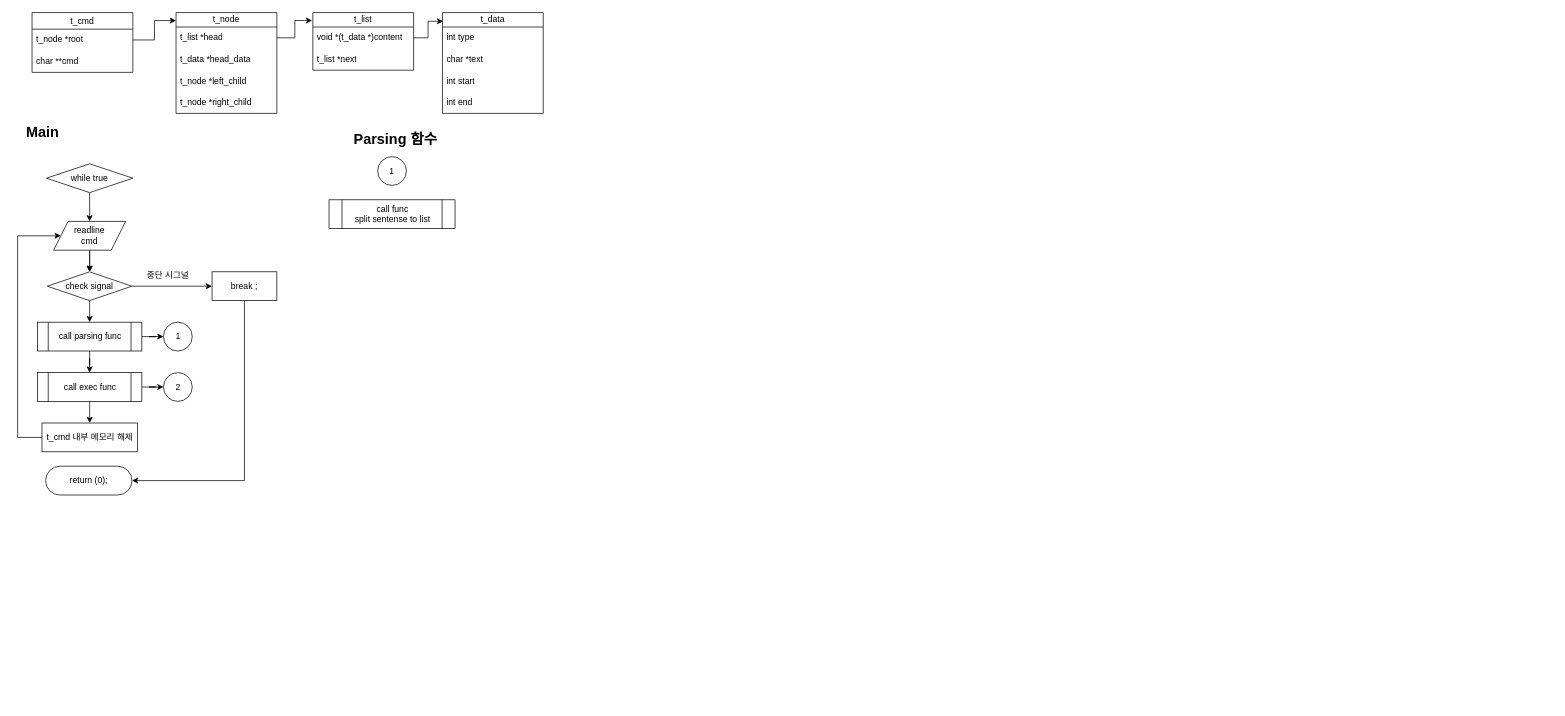
Before: page "parsing 흐름도" (2 of 3) of parsing_tree.drawio in blue-orion/minishell, a draw.io diagram. Source tidied: cells renumbered, new cells numbered last; positions are measured from the earlier drawing's top-left corner, leaving out a move shared by most shapes. Both pictures are drawn from the tidied source at 72%, with x=0, y=0 at pixel (17, 12).
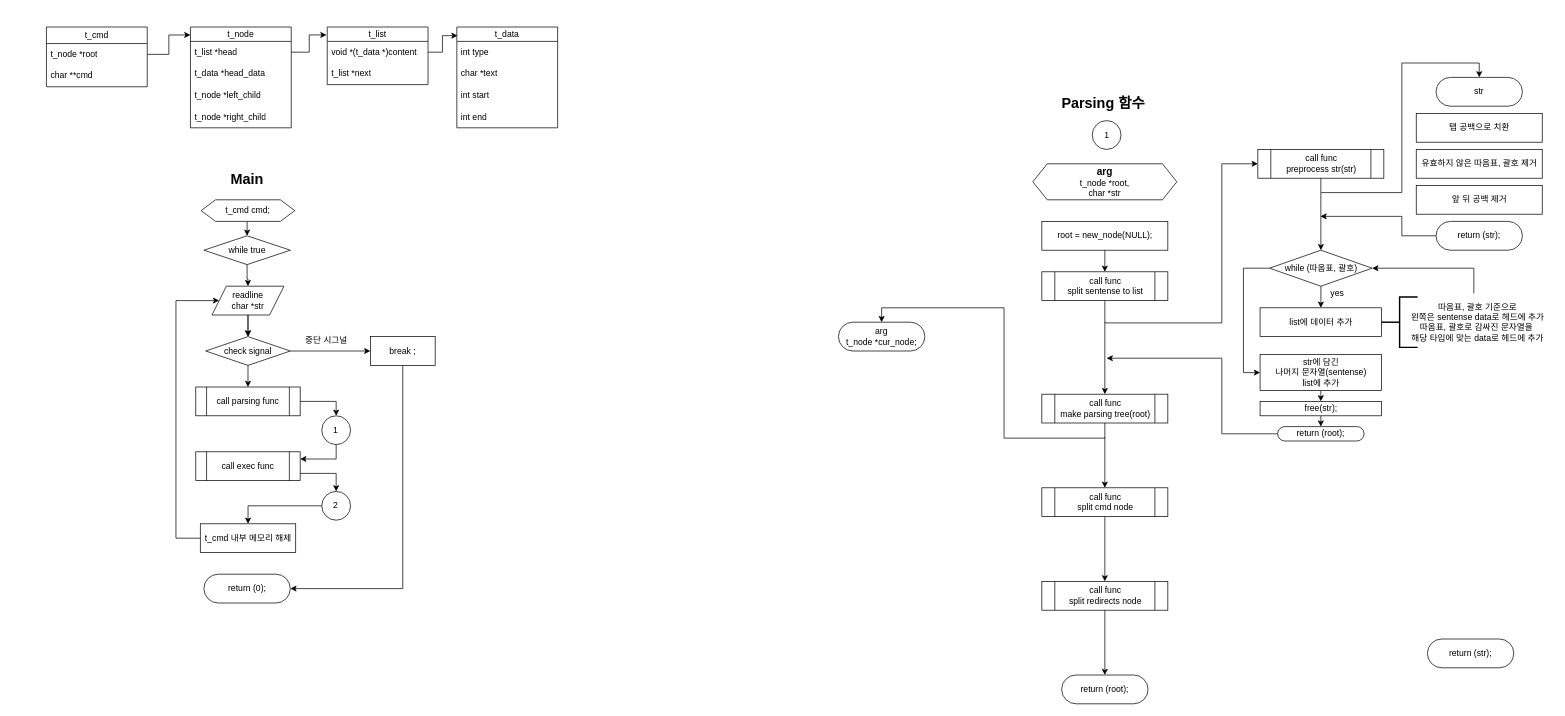
The same page after the edit.

Commit message:
parsing 흐름도 업데이트

Diff of the diagram source:
```diff
@@
-    <mxCell id="3" style="edgeStyle=orthogonalEdgeStyle;rounded=0;jettySize=auto;html=1;" parent="1" edge="1" source="5" target="33">
-      <mxGeometry relative="1" as="geometry" />
-    </mxCell>
-    <mxCell id="4" style="edgeStyle=orthogonalEdgeStyle;rounded=0;jettySize=auto;html=1;" parent="1" edge="1" source="5" target="6">
-      <mxGeometry relative="1" as="geometry" />
+    <mxCell id="4" style="edgeStyle=orthogonalEdgeStyle;rounded=0;jettySize=auto;html=1;entryX=0.5;entryY=0;entryDx=0;entryDy=0;exitX=1;exitY=0.5;exitDx=0;exitDy=0;" parent="1" edge="1" source="5" target="6">
+      <mxGeometry relative="1" as="geometry">
+        <Array as="points">
+          <mxPoint x="442.9" y="540" />
+        </Array>
+      </mxGeometry>
     </mxCell>
     <mxCell id="5" value="&lt;div&gt;call parsing func&lt;/div&gt;" style="shape=process;whiteSpace=wrap;html=1;backgroundOutline=1;" parent="1" vertex="1">
-      <mxGeometry x="27.5" y="430" width="145" height="40" as="geometry" />
+      <mxGeometry x="247.4" y="520" width="145" height="40" as="geometry" />
     </mxCell>
+    <mxCell id="47" style="edgeStyle=orthogonalEdgeStyle;rounded=0;jettySize=auto;html=1;entryX=1;entryY=0.25;entryDx=0;entryDy=0;" parent="1" edge="1" source="6" target="33">
+      <mxGeometry relative="1" as="geometry">
+        <Array as="points">
+          <mxPoint x="442.9" y="600" />
+        </Array>
+      </mxGeometry>
+    </mxCell>
     <mxCell id="6" value="1" style="ellipse;whiteSpace=wrap;html=1;" parent="1" vertex="1">
-      <mxGeometry x="202.5" y="430" width="40" height="40" as="geometry" />
+      <mxGeometry x="422.4" y="560" width="40" height="40" as="geometry" />
     </mxCell>
     <mxCell id="7" value="1" style="ellipse;whiteSpace=wrap;html=1;" parent="1" vertex="1">
-      <mxGeometry x="500" y="200" width="40" height="40" as="geometry" />
+      <mxGeometry x="1492.5" y="150" width="40" height="40" as="geometry" />
     </mxCell>
     <mxCell id="8" value="t_cmd" style="swimlane;fontStyle=0;horizontal=1;startSize=23;whiteSpace=wrap;html=1;" parent="1" vertex="1">
-      <mxGeometry x="20" width="140" height="83" as="geometry" />
+      <mxGeometry x="40" y="20" width="140" height="83" as="geometry" />
     </mxCell>
@@
     <mxCell id="11" value="t_node" style="swimlane;fontStyle=0;horizontal=1;startSize=20;whiteSpace=wrap;html=1;" parent="1" vertex="1">
-      <mxGeometry x="220" width="140" height="140" as="geometry" />
+      <mxGeometry x="240" y="20" width="140" height="140" as="geometry" />
     </mxCell>
@@
     <mxCell id="16" value="t_list" style="swimlane;fontStyle=0;horizontal=1;startSize=20;whiteSpace=wrap;html=1;" parent="1" vertex="1">
-      <mxGeometry x="410" width="140" height="80" as="geometry" />
+      <mxGeometry x="430" y="20" width="140" height="80" as="geometry" />
     </mxCell>
@@
     <mxCell id="19" value="t_data" style="swimlane;fontStyle=0;horizontal=1;startSize=20;whiteSpace=wrap;html=1;" parent="1" vertex="1">
-      <mxGeometry x="590" width="140" height="140" as="geometry" />
+      <mxGeometry x="610" y="20" width="140" height="140" as="geometry" />
     </mxCell>
@@
     <mxCell id="27" value="Main" style="text;html=1;align=center;verticalAlign=middle;whiteSpace=wrap;rounded=0;fontSize=20;fontStyle=1;" parent="1" vertex="1">
-      <mxGeometry x="10" y="150" width="50" height="30" as="geometry" />
+      <mxGeometry x="268.7" y="200" width="100" height="60" as="geometry" />
     </mxCell>
     <mxCell id="28" value="Parsing 함수" style="text;html=1;align=center;verticalAlign=middle;whiteSpace=wrap;rounded=0;fontSize=20;fontStyle=1;" parent="1" vertex="1">
-      <mxGeometry x="450" y="160" width="150" height="30" as="geometry" />
+      <mxGeometry x="1432.5" y="110" width="150" height="30" as="geometry" />
     </mxCell>
@@
     <mxCell id="30" value="while true" style="rhombus;whiteSpace=wrap;html=1;" parent="1" vertex="1">
-      <mxGeometry x="40" y="210" width="120" height="40" as="geometry" />
+      <mxGeometry x="258.7" y="310" width="120" height="40" as="geometry" />
     </mxCell>
-    <mxCell id="31" style="edgeStyle=orthogonalEdgeStyle;rounded=0;jettySize=auto;html=1;" parent="1" edge="1" source="33" target="41">
-      <mxGeometry relative="1" as="geometry" />
-    </mxCell>
-    <mxCell id="32" style="edgeStyle=orthogonalEdgeStyle;rounded=0;jettySize=auto;html=1;" parent="1" edge="1" source="33" target="34">
-      <mxGeometry relative="1" as="geometry" />
+    <mxCell id="32" style="edgeStyle=orthogonalEdgeStyle;rounded=0;jettySize=auto;html=1;entryX=0.5;entryY=0;entryDx=0;entryDy=0;exitX=1;exitY=0.75;exitDx=0;exitDy=0;" parent="1" edge="1" source="33" target="34">
+      <mxGeometry relative="1" as="geometry">
+        <Array as="points">
+          <mxPoint x="442.9" y="640" />
+        </Array>
+      </mxGeometry>
     </mxCell>
     <mxCell id="33" value="&lt;div&gt;call exec func&lt;/div&gt;" style="shape=process;whiteSpace=wrap;html=1;backgroundOutline=1;" parent="1" vertex="1">
-      <mxGeometry x="27.5" y="500" width="145" height="40" as="geometry" />
+      <mxGeometry x="247.4" y="610" width="145" height="40" as="geometry" />
     </mxCell>
+    <mxCell id="48" style="edgeStyle=orthogonalEdgeStyle;rounded=0;jettySize=auto;html=1;" parent="1" edge="1" source="34" target="41">
+      <mxGeometry relative="1" as="geometry" />
+    </mxCell>
     <mxCell id="34" value="2" style="ellipse;whiteSpace=wrap;html=1;" parent="1" vertex="1">
-      <mxGeometry x="202.5" y="500" width="40" height="40" as="geometry" />
+      <mxGeometry x="422.4" y="665" width="40" height="40" as="geometry" />
     </mxCell>
@@
     <mxCell id="36" style="edgeStyle=orthogonalEdgeStyle;rounded=0;jettySize=auto;html=1;entryX=0.5;entryY=0;entryDx=0;entryDy=0;" parent="1" edge="1" target="44">
       <mxGeometry relative="1" as="geometry">
-        <mxPoint x="100.1" y="330" as="sourcePoint" />
+        <mxPoint x="320" y="420" as="sourcePoint" />
       </mxGeometry>
     </mxCell>
     <mxCell id="37" style="edgeStyle=orthogonalEdgeStyle;rounded=0;jettySize=auto;html=1;entryX=1;entryY=0.5;entryDx=0;entryDy=0;" parent="1" edge="1" source="38" target="45">
       <mxGeometry relative="1" as="geometry">
         <Array as="points">
-          <mxPoint x="315" y="650" />
+          <mxPoint x="534.9" y="800" />
         </Array>
       </mxGeometry>
     </mxCell>
     <mxCell id="38" value="break ;" style="whiteSpace=wrap;html=1;" parent="1" vertex="1">
-      <mxGeometry x="270" y="360" width="90" height="40" as="geometry" />
+      <mxGeometry x="489.9" y="450" width="90" height="40" as="geometry" />
     </mxCell>
     <mxCell id="39" value="중단 시그널" style="text;html=1;align=center;verticalAlign=middle;whiteSpace=wrap;rounded=0;" parent="1" vertex="1">
-      <mxGeometry x="175" y="350" width="67.5" height="30" as="geometry" />
+      <mxGeometry x="394.9" y="440" width="67.5" height="30" as="geometry" />
     </mxCell>
     <mxCell id="40" style="edgeStyle=orthogonalEdgeStyle;rounded=0;jettySize=auto;html=1;entryX=0;entryY=0.5;entryDx=0;entryDy=0;" parent="1" edge="1" source="41" target="43">
       <mxGeometry relative="1" as="geometry">
         <Array as="points">
-          <mxPoint y="590" />
-          <mxPoint y="310" />
+          <mxPoint x="219.9" y="730" />
+          <mxPoint x="219.9" y="400" />
         </Array>
       </mxGeometry>
     </mxCell>
     <mxCell id="41" value="t_cmd 내부 메모리 해제" style="rounded=0;whiteSpace=wrap;html=1;" parent="1" vertex="1">
-      <mxGeometry x="33.8" y="570" width="132.5" height="40" as="geometry" />
+      <mxGeometry x="253.7" y="710" width="132.5" height="40" as="geometry" />
     </mxCell>
@@
-    <mxCell id="43" value="&lt;div&gt;readline&lt;/div&gt;&lt;div&gt;cmd&lt;/div&gt;" style="shape=parallelogram;perimeter=parallelogramPerimeter;whiteSpace=wrap;html=1;fixedSize=1;" parent="1" vertex="1">
-      <mxGeometry x="50" y="290" width="100" height="40" as="geometry" />
+    <mxCell id="43" value="&lt;div&gt;readline&lt;/div&gt;&lt;div&gt;char *str&lt;/div&gt;" style="shape=parallelogram;perimeter=parallelogramPerimeter;whiteSpace=wrap;html=1;fixedSize=1;" parent="1" vertex="1">
+      <mxGeometry x="269.9" y="380" width="100" height="40" as="geometry" />
     </mxCell>
     <mxCell id="44" value="check signal" style="rhombus;whiteSpace=wrap;html=1;" parent="1" vertex="1">
-      <mxGeometry x="41.2" y="360" width="117.5" height="40" as="geometry" />
+      <mxGeometry x="261.2" y="450" width="117.5" height="40" as="geometry" />
     </mxCell>
     <mxCell id="45" value="return (0);" style="rounded=1;whiteSpace=wrap;html=1;arcSize=50;" parent="1" vertex="1">
-      <mxGeometry x="38.8" y="630" width="120" height="40" as="geometry" />
+      <mxGeometry x="258.7" y="780" width="120" height="40" as="geometry" />
     </mxCell>
+    <mxCell id="49" style="edgeStyle=orthogonalEdgeStyle;rounded=0;jettySize=auto;html=1;entryX=0;entryY=0.5;entryDx=0;entryDy=0;" parent="1" edge="1" target="62">
+      <mxGeometry relative="1" as="geometry">
+        <mxPoint x="1510.5" y="430" as="sourcePoint" />
+        <Array as="points">
+          <mxPoint x="1672.5" y="431" />
+          <mxPoint x="1672.5" y="210" />
+        </Array>
+      </mxGeometry>
+    </mxCell>
+    <mxCell id="50" style="edgeStyle=orthogonalEdgeStyle;rounded=0;jettySize=auto;html=1;entryX=0.5;entryY=0;entryDx=0;entryDy=0;" parent="1" edge="1" source="46" target="53">
+      <mxGeometry relative="1" as="geometry" />
+    </mxCell>
     <mxCell id="46" value="&lt;div&gt;call&lt;span style=&quot;background-color: transparent;&quot;&gt;&amp;nbsp;&lt;/span&gt;&lt;span style=&quot;background-color: transparent;&quot;&gt;func&lt;/span&gt;&lt;/div&gt;&lt;div&gt;split sentense to list&lt;/div&gt;" style="shape=process;whiteSpace=wrap;html=1;backgroundOutline=1;" parent="1" vertex="1">
-      <mxGeometry x="432.5" y="260" width="175" height="40" as="geometry" />
+      <mxGeometry x="1422.5" y="360" width="175" height="40" as="geometry" />
     </mxCell>
+    <mxCell id="51" style="edgeStyle=orthogonalEdgeStyle;rounded=0;jettySize=auto;html=1;entryX=0.5;entryY=0;entryDx=0;entryDy=0;" parent="1" edge="1" source="53" target="55">
+      <mxGeometry relative="1" as="geometry" />
+    </mxCell>
+    <mxCell id="52" style="edgeStyle=orthogonalEdgeStyle;rounded=0;jettySize=auto;html=1;entryX=0.5;entryY=0;entryDx=0;entryDy=0;" parent="1" edge="1" target="88">
+      <mxGeometry relative="1" as="geometry">
+        <mxPoint x="1510" y="590" as="sourcePoint" />
+        <Array as="points">
+          <mxPoint x="1370" y="591" />
+          <mxPoint x="1370" y="410" />
+          <mxPoint x="1200" y="410" />
+        </Array>
+      </mxGeometry>
+    </mxCell>
+    <mxCell id="53" value="&lt;div&gt;call&lt;span style=&quot;background-color: transparent;&quot;&gt;&amp;nbsp;&lt;/span&gt;&lt;span style=&quot;background-color: transparent;&quot;&gt;func&lt;/span&gt;&lt;/div&gt;&lt;div&gt;make parsing tree(&lt;span style=&quot;background-color: transparent;&quot;&gt;root)&lt;/span&gt;&lt;/div&gt;" style="shape=process;whiteSpace=wrap;html=1;backgroundOutline=1;" parent="1" vertex="1">
+      <mxGeometry x="1422.5" y="530" width="175" height="40" as="geometry" />
+    </mxCell>
+    <mxCell id="54" style="edgeStyle=orthogonalEdgeStyle;rounded=0;jettySize=auto;html=1;entryX=0.5;entryY=0;entryDx=0;entryDy=0;" parent="1" edge="1" source="55" target="57">
+      <mxGeometry relative="1" as="geometry" />
+    </mxCell>
+    <mxCell id="55" value="&lt;div&gt;call&lt;span style=&quot;background-color: transparent;&quot;&gt;&amp;nbsp;&lt;/span&gt;&lt;span style=&quot;background-color: transparent;&quot;&gt;func&lt;/span&gt;&lt;/div&gt;&lt;div&gt;split cmd node&lt;/div&gt;" style="shape=process;whiteSpace=wrap;html=1;backgroundOutline=1;" parent="1" vertex="1">
+      <mxGeometry x="1422.5" y="660" width="175" height="40" as="geometry" />
+    </mxCell>
+    <mxCell id="56" style="edgeStyle=orthogonalEdgeStyle;rounded=0;jettySize=auto;html=1;entryX=0.5;entryY=0;entryDx=0;entryDy=0;" parent="1" edge="1" source="57" target="58">
+      <mxGeometry relative="1" as="geometry" />
+    </mxCell>
+    <mxCell id="57" value="&lt;div&gt;call&lt;span style=&quot;background-color: transparent;&quot;&gt;&amp;nbsp;&lt;/span&gt;&lt;span style=&quot;background-color: transparent;&quot;&gt;func&lt;/span&gt;&lt;/div&gt;&lt;div&gt;split redirects node&lt;/div&gt;" style="shape=process;whiteSpace=wrap;html=1;backgroundOutline=1;" parent="1" vertex="1">
+      <mxGeometry x="1422.5" y="790" width="175" height="40" as="geometry" />
+    </mxCell>
+    <mxCell id="58" value="return (root);" style="rounded=1;whiteSpace=wrap;html=1;arcSize=50;" parent="1" vertex="1">
+      <mxGeometry x="1450" y="920" width="120" height="40" as="geometry" />
+    </mxCell>
+    <mxCell id="59" value="&lt;div&gt;&lt;font style=&quot;font-size: 14px;&quot;&gt;&lt;b&gt;arg&lt;/b&gt;&lt;/font&gt;&lt;/div&gt;&lt;div&gt;t_node *root,&lt;/div&gt;&lt;div&gt;char *str&lt;/div&gt;" style="shape=hexagon;perimeter=hexagonPerimeter2;whiteSpace=wrap;html=1;fixedSize=1;" parent="1" vertex="1">
+      <mxGeometry x="1410" y="210" width="200" height="50" as="geometry" />
+    </mxCell>
+    <mxCell id="60" style="edgeStyle=orthogonalEdgeStyle;rounded=0;jettySize=auto;html=1;entryX=0.5;entryY=0;entryDx=0;entryDy=0;" parent="1" edge="1" target="72">
+      <mxGeometry relative="1" as="geometry">
+        <mxPoint x="1810.5" y="250" as="sourcePoint" />
+        <Array as="points">
+          <mxPoint x="1922.5" y="250" />
+          <mxPoint x="1922.5" y="70" />
+          <mxPoint x="2030.5" y="70" />
+        </Array>
+      </mxGeometry>
+    </mxCell>
+    <mxCell id="61" style="edgeStyle=orthogonalEdgeStyle;rounded=0;jettySize=auto;html=1;" parent="1" edge="1" source="62" target="75">
+      <mxGeometry relative="1" as="geometry" />
+    </mxCell>
+    <mxCell id="62" value="&lt;div&gt;call&lt;span style=&quot;background-color: transparent;&quot;&gt;&amp;nbsp;&lt;/span&gt;&lt;span style=&quot;background-color: transparent;&quot;&gt;func&lt;/span&gt;&lt;/div&gt;&lt;div&gt;preprocess str(str)&lt;/div&gt;" style="shape=process;whiteSpace=wrap;html=1;backgroundOutline=1;" parent="1" vertex="1">
+      <mxGeometry x="1722.5" y="190" width="175" height="40" as="geometry" />
+    </mxCell>
+    <mxCell id="63" style="edgeStyle=orthogonalEdgeStyle;rounded=0;jettySize=auto;html=1;exitX=0.5;exitY=1;exitDx=0;exitDy=0;entryX=0.5;entryY=0;entryDx=0;entryDy=0;" parent="1" edge="1" source="64" target="30">
+      <mxGeometry relative="1" as="geometry" />
+    </mxCell>
+    <mxCell id="64" value="&lt;div&gt;&lt;span style=&quot;background-color: transparent;&quot;&gt;t_cmd cmd;&lt;/span&gt;&lt;br&gt;&lt;/div&gt;" style="shape=hexagon;perimeter=hexagonPerimeter2;whiteSpace=wrap;html=1;fixedSize=1;" parent="1" vertex="1">
+      <mxGeometry x="254.9" y="260" width="130" height="30" as="geometry" />
+    </mxCell>
+    <mxCell id="65" style="edgeStyle=orthogonalEdgeStyle;rounded=0;jettySize=auto;html=1;exitX=0.5;exitY=1;exitDx=0;exitDy=0;entryX=0.5;entryY=0;entryDx=0;entryDy=0;" parent="1" edge="1" source="66" target="46">
+      <mxGeometry relative="1" as="geometry" />
+    </mxCell>
+    <mxCell id="66" value="root = new_node(NULL);" style="rounded=0;whiteSpace=wrap;html=1;" parent="1" vertex="1">
+      <mxGeometry x="1422.5" y="290" width="175" height="40" as="geometry" />
+    </mxCell>
+    <mxCell id="67" value="탭 공백으로 치환" style="rounded=0;whiteSpace=wrap;html=1;" parent="1" vertex="1">
+      <mxGeometry x="1942.5" y="140" width="175" height="40" as="geometry" />
+    </mxCell>
+    <mxCell id="68" value="유효하지 않은 따옴표, 괄호 제거" style="rounded=0;whiteSpace=wrap;html=1;" parent="1" vertex="1">
+      <mxGeometry x="1942.5" y="190" width="175" height="40" as="geometry" />
+    </mxCell>
+    <mxCell id="69" value="앞 뒤 공백 제거" style="rounded=0;whiteSpace=wrap;html=1;" parent="1" vertex="1">
+      <mxGeometry x="1942.5" y="240" width="175" height="40" as="geometry" />
+    </mxCell>
+    <mxCell id="70" style="edgeStyle=orthogonalEdgeStyle;rounded=0;jettySize=auto;html=1;exitX=0;exitY=0.5;exitDx=0;exitDy=0;" parent="1" edge="1" source="71">
+      <mxGeometry relative="1" as="geometry">
+        <mxPoint x="1809.5" y="283" as="targetPoint" />
+        <Array as="points">
+          <mxPoint x="1922.5" y="310" />
+          <mxPoint x="1922.5" y="283" />
+        </Array>
+      </mxGeometry>
+    </mxCell>
+    <mxCell id="71" value="return (str);" style="rounded=1;whiteSpace=wrap;html=1;arcSize=50;" parent="1" vertex="1">
+      <mxGeometry x="1970" y="290" width="120" height="40" as="geometry" />
+    </mxCell>
+    <mxCell id="72" value="str" style="rounded=1;whiteSpace=wrap;html=1;arcSize=50;" parent="1" vertex="1">
+      <mxGeometry x="1970" y="90" width="120" height="40" as="geometry" />
+    </mxCell>
+    <mxCell id="73" style="edgeStyle=orthogonalEdgeStyle;rounded=0;jettySize=auto;html=1;" parent="1" edge="1" source="75" target="76">
+      <mxGeometry relative="1" as="geometry" />
+    </mxCell>
+    <mxCell id="74" style="edgeStyle=orthogonalEdgeStyle;rounded=0;jettySize=auto;html=1;entryX=0;entryY=0.5;entryDx=0;entryDy=0;" parent="1" edge="1" source="75" target="83">
+      <mxGeometry relative="1" as="geometry">
+        <Array as="points">
+          <mxPoint x="1702.5" y="355" />
+          <mxPoint x="1702.5" y="500" />
+        </Array>
+      </mxGeometry>
+    </mxCell>
+    <mxCell id="75" value="while (따옴표, 괄호)" style="rhombus;whiteSpace=wrap;html=1;" parent="1" vertex="1">
+      <mxGeometry x="1738.8" y="330" width="142.5" height="50" as="geometry" />
+    </mxCell>
+    <mxCell id="76" value="list에 데이터 추가" style="whiteSpace=wrap;html=1;" parent="1" vertex="1">
+      <mxGeometry x="1725.6" y="410" width="168.8" height="40" as="geometry" />
+    </mxCell>
+    <mxCell id="77" value="yes" style="text;html=1;align=center;verticalAlign=middle;whiteSpace=wrap;rounded=0;" parent="1" vertex="1">
+      <mxGeometry x="1802.5" y="380" width="60" height="20" as="geometry" />
+    </mxCell>
+    <mxCell id="78" style="strokeWidth=2;html=1;shape=mxgraph.flowchart.annotation_2;align=left;labelPosition=right;" parent="1" vertex="1">
+      <mxGeometry x="1894.4" y="395" width="50" height="70" as="geometry" />
+    </mxCell>
+    <mxCell id="79" style="edgeStyle=orthogonalEdgeStyle;rounded=0;jettySize=auto;html=1;entryX=1;entryY=0.5;entryDx=0;entryDy=0;" parent="1" edge="1" source="80" target="75">
+      <mxGeometry relative="1" as="geometry">
+        <Array as="points">
+          <mxPoint x="2022.5" y="355" />
+        </Array>
+      </mxGeometry>
+    </mxCell>
+    <mxCell id="80" value="따옴표, 괄호 기준으로&lt;div&gt;왼쪽은 sentense data로 헤드에 추가&lt;/div&gt;&lt;div&gt;따옴표, 괄호로 감싸진 문자열을&amp;nbsp;&lt;/div&gt;&lt;div&gt;해당 타입에 맞는 data로 헤드에 추가&lt;/div&gt;" style="text;html=1;align=center;verticalAlign=middle;whiteSpace=wrap;rounded=0;" parent="1" vertex="1">
+      <mxGeometry x="1922.5" y="390" width="210" height="80" as="geometry" />
+    </mxCell>
+    <mxCell id="81" style="edgeStyle=orthogonalEdgeStyle;rounded=0;orthogonalLoop=1;jettySize=auto;html=1;exitX=0.5;exitY=1;exitDx=0;exitDy=0;" parent="1" edge="1" source="76" target="76">
+      <mxGeometry relative="1" as="geometry" />
+    </mxCell>
+    <mxCell id="82" style="edgeStyle=orthogonalEdgeStyle;rounded=0;jettySize=auto;html=1;exitX=0.5;exitY=1;exitDx=0;exitDy=0;entryX=0.5;entryY=0;entryDx=0;entryDy=0;" parent="1" edge="1" source="83" target="85">
+      <mxGeometry relative="1" as="geometry" />
+    </mxCell>
+    <mxCell id="83" value="str에 담긴&lt;div&gt;나머지 문자열(sentense)&lt;div&gt;list에 추가&lt;/div&gt;&lt;/div&gt;" style="whiteSpace=wrap;html=1;" parent="1" vertex="1">
+      <mxGeometry x="1725.6" y="475" width="168.8" height="50" as="geometry" />
+    </mxCell>
+    <mxCell id="84" style="edgeStyle=orthogonalEdgeStyle;rounded=0;jettySize=auto;html=1;exitX=0.5;exitY=1;exitDx=0;exitDy=0;entryX=0.5;entryY=0;entryDx=0;entryDy=0;" parent="1" edge="1" source="85" target="87">
+      <mxGeometry relative="1" as="geometry" />
+    </mxCell>
+    <mxCell id="85" value="free(str);" style="whiteSpace=wrap;html=1;" parent="1" vertex="1">
+      <mxGeometry x="1725.6" y="540" width="168.8" height="20" as="geometry" />
+    </mxCell>
+    <mxCell id="86" style="edgeStyle=orthogonalEdgeStyle;rounded=0;jettySize=auto;html=1;exitX=0;exitY=0.5;exitDx=0;exitDy=0;" parent="1" edge="1" source="87">
+      <mxGeometry relative="1" as="geometry">
+        <mxPoint x="1512.5" y="480" as="targetPoint" />
+        <Array as="points">
+          <mxPoint x="1672.5" y="585" />
+          <mxPoint x="1672.5" y="480" />
+        </Array>
+      </mxGeometry>
+    </mxCell>
+    <mxCell id="87" value="return (root);" style="rounded=1;whiteSpace=wrap;html=1;arcSize=50;" parent="1" vertex="1">
+      <mxGeometry x="1750" y="575" width="120" height="20" as="geometry" />
+    </mxCell>
+    <mxCell id="88" value="arg&lt;div&gt;t_node *cur_node;&lt;/div&gt;" style="rounded=1;whiteSpace=wrap;html=1;arcSize=50;" parent="1" vertex="1">
+      <mxGeometry x="1140" y="430" width="120" height="40" as="geometry" />
+    </mxCell>
+    <mxCell id="89" value="return (str);" style="rounded=1;whiteSpace=wrap;html=1;arcSize=50;" parent="1" vertex="1">
+      <mxGeometry x="1958" y="870" width="120" height="40" as="geometry" />
+    </mxCell>
```
